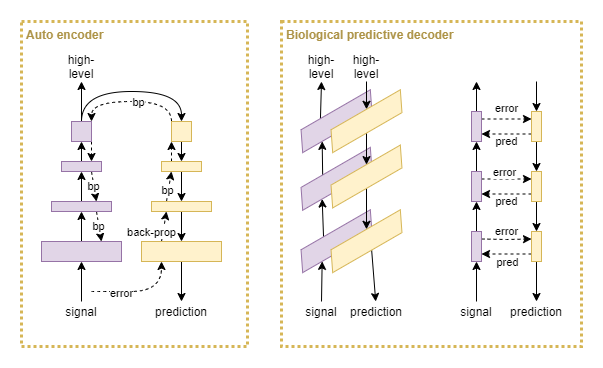
This is files/Cooperative-competitive-systems-autodecoder-vs-biology.png from malcolmlett/malcolmlett.github.io, a draw.io export, as it was before one commit. Source tidied: cells renumbered, new cells last; positions are measured from the earlier drawing's top-left corner, leaving out a move shared by most shapes. Source of this version:
```xml
<mxGraphModel>
  <root>
    <mxCell id="0" />
    <mxCell id="1" parent="0" />
    <mxCell id="2" value="Biological predictive decoder" style="rounded=0;whiteSpace=wrap;html=1;strokeColor=#d6b656;fillColor=none;dashed=1;strokeWidth=3;fontStyle=1;verticalAlign=top;align=left;spacing=2;spacingLeft=3;fontColor=#AD9346;dashPattern=1 1;perimeterSpacing=0;" parent="1" vertex="1">
      <mxGeometry x="260" width="300" height="325" as="geometry" />
    </mxCell>
    <mxCell id="3" value="Auto encoder" style="rounded=0;whiteSpace=wrap;html=1;strokeColor=#d6b656;fillColor=none;dashed=1;strokeWidth=3;fontStyle=1;verticalAlign=top;align=left;spacing=2;spacingLeft=3;fontColor=#AD9346;dashPattern=1 1;perimeterSpacing=0;" parent="1" vertex="1">
      <mxGeometry width="226" height="325" as="geometry" />
    </mxCell>
    <mxCell id="4" style="edgeStyle=orthogonalEdgeStyle;rounded=0;jettySize=auto;html=1;entryX=0.5;entryY=1;entryDx=0;entryDy=0;exitX=0.5;exitY=0;exitDx=0;exitDy=0;" parent="1" edge="1" source="8" target="15">
      <mxGeometry relative="1" as="geometry" />
    </mxCell>
    <mxCell id="5" style="edgeStyle=orthogonalEdgeStyle;curved=1;rounded=0;jettySize=auto;html=1;" parent="1" edge="1" target="8">
      <mxGeometry relative="1" as="geometry">
        <mxPoint x="60" y="280" as="sourcePoint" />
      </mxGeometry>
    </mxCell>
    <mxCell id="6" style="edgeStyle=orthogonalEdgeStyle;curved=1;rounded=0;jettySize=auto;html=1;entryX=0.25;entryY=1;entryDx=0;entryDy=0;dashed=1;" parent="1" edge="1" target="12">
      <mxGeometry relative="1" as="geometry">
        <mxPoint x="70" y="270" as="sourcePoint" />
        <Array as="points">
          <mxPoint x="78" y="270" />
          <mxPoint x="140" y="270" />
        </Array>
      </mxGeometry>
    </mxCell>
    <mxCell id="7" value="error" style="edgeLabel;html=1;align=center;verticalAlign=middle;" parent="6" vertex="1">
      <mxGeometry x="-0.09" y="-1" relative="1" as="geometry">
        <mxPoint x="-15.6" as="offset" />
      </mxGeometry>
    </mxCell>
    <mxCell id="8" style="rounded=0;whiteSpace=wrap;html=1;fillColor=#e1d5e7;strokeColor=#9673a6;" parent="1" vertex="1">
      <mxGeometry x="20" y="220" width="80" height="20" as="geometry" />
    </mxCell>
    <mxCell id="9" style="edgeStyle=orthogonalEdgeStyle;curved=1;rounded=0;jettySize=auto;html=1;" parent="1" edge="1" source="12">
      <mxGeometry relative="1" as="geometry">
        <mxPoint x="160" y="280" as="targetPoint" />
      </mxGeometry>
    </mxCell>
    <mxCell id="10" style="rounded=0;jettySize=auto;html=1;entryX=0.25;entryY=1;entryDx=0;entryDy=0;dashed=1;exitX=0.25;exitY=0;exitDx=0;exitDy=0;" parent="1" edge="1" source="12" target="19">
      <mxGeometry relative="1" as="geometry" />
    </mxCell>
    <mxCell id="11" value="back-prop" style="edgeLabel;html=1;align=center;verticalAlign=middle;" parent="10" vertex="1">
      <mxGeometry x="-0.52" y="1" relative="1" as="geometry">
        <mxPoint x="-10.2" y="-2.7" as="offset" />
      </mxGeometry>
    </mxCell>
    <mxCell id="12" style="rounded=0;whiteSpace=wrap;html=1;fillColor=#fff2cc;strokeColor=#d6b656;" parent="1" vertex="1">
      <mxGeometry x="120" y="220" width="80" height="20" as="geometry" />
    </mxCell>
    <mxCell id="13" style="rounded=0;jettySize=auto;html=1;entryX=0.5;entryY=1;entryDx=0;entryDy=0;exitX=0.5;exitY=0;exitDx=0;exitDy=0;" parent="1" edge="1" source="15" target="22">
      <mxGeometry relative="1" as="geometry" />
    </mxCell>
    <mxCell id="14" value="bp" style="edgeStyle=none;rounded=0;jettySize=auto;html=1;entryX=0.75;entryY=0;entryDx=0;entryDy=0;dashed=1;exitX=0.75;exitY=1;exitDx=0;exitDy=0;" parent="1" edge="1" source="15" target="8">
      <mxGeometry relative="1" as="geometry" />
    </mxCell>
    <mxCell id="15" style="rounded=0;whiteSpace=wrap;html=1;fillColor=#e1d5e7;strokeColor=#9673a6;" parent="1" vertex="1">
      <mxGeometry x="30" y="180" width="60" height="10" as="geometry" />
    </mxCell>
    <mxCell id="16" style="edgeStyle=none;rounded=0;jettySize=auto;html=1;entryX=0.5;entryY=0;entryDx=0;entryDy=0;" parent="1" edge="1" source="19" target="12">
      <mxGeometry relative="1" as="geometry" />
    </mxCell>
    <mxCell id="17" style="edgeStyle=none;rounded=0;jettySize=auto;html=1;entryX=0.25;entryY=1;entryDx=0;entryDy=0;dashed=1;exitX=0.25;exitY=0;exitDx=0;exitDy=0;" parent="1" edge="1" source="19" target="25">
      <mxGeometry relative="1" as="geometry" />
    </mxCell>
    <mxCell id="18" value="bp" style="edgeLabel;html=1;align=center;verticalAlign=middle;" parent="17" vertex="1">
      <mxGeometry x="-0.29" y="1" relative="1" as="geometry" />
    </mxCell>
    <mxCell id="19" style="rounded=0;whiteSpace=wrap;html=1;fillColor=#fff2cc;strokeColor=#d6b656;" parent="1" vertex="1">
      <mxGeometry x="130" y="180" width="60" height="10" as="geometry" />
    </mxCell>
    <mxCell id="20" style="edgeStyle=none;rounded=0;jettySize=auto;html=1;entryX=0.5;entryY=1;entryDx=0;entryDy=0;" parent="1" edge="1" source="22" target="29">
      <mxGeometry relative="1" as="geometry" />
    </mxCell>
    <mxCell id="21" value="bp" style="edgeStyle=none;rounded=0;jettySize=auto;html=1;entryX=0.75;entryY=0;entryDx=0;entryDy=0;dashed=1;exitX=0.75;exitY=1;exitDx=0;exitDy=0;" parent="1" edge="1" source="22" target="15">
      <mxGeometry relative="1" as="geometry" />
    </mxCell>
    <mxCell id="22" style="rounded=0;whiteSpace=wrap;html=1;fillColor=#e1d5e7;strokeColor=#9673a6;" parent="1" vertex="1">
      <mxGeometry x="40" y="140" width="40" height="10" as="geometry" />
    </mxCell>
    <mxCell id="23" style="edgeStyle=none;rounded=0;jettySize=auto;html=1;entryX=0.5;entryY=0;entryDx=0;entryDy=0;" parent="1" edge="1" source="25" target="19">
      <mxGeometry relative="1" as="geometry" />
    </mxCell>
    <mxCell id="24" style="edgeStyle=none;rounded=0;jettySize=auto;html=1;entryX=0;entryY=1;entryDx=0;entryDy=0;dashed=1;exitX=0.25;exitY=0;exitDx=0;exitDy=0;" parent="1" edge="1" source="25" target="33">
      <mxGeometry relative="1" as="geometry" />
    </mxCell>
    <mxCell id="25" style="rounded=0;whiteSpace=wrap;html=1;fillColor=#fff2cc;strokeColor=#d6b656;" parent="1" vertex="1">
      <mxGeometry x="140" y="140" width="40" height="10" as="geometry" />
    </mxCell>
    <mxCell id="26" style="edgeStyle=orthogonalEdgeStyle;rounded=0;jettySize=auto;html=1;entryX=0.5;entryY=0;entryDx=0;entryDy=0;exitX=0.5;exitY=0;exitDx=0;exitDy=0;curved=1;" parent="1" edge="1" source="29" target="33">
      <mxGeometry relative="1" as="geometry">
        <Array as="points">
          <mxPoint x="60" y="70" />
          <mxPoint x="160" y="70" />
        </Array>
      </mxGeometry>
    </mxCell>
    <mxCell id="27" style="rounded=0;jettySize=auto;html=1;entryX=0.75;entryY=0;entryDx=0;entryDy=0;dashed=1;exitX=1;exitY=1;exitDx=0;exitDy=0;" parent="1" edge="1" source="29" target="22">
      <mxGeometry relative="1" as="geometry" />
    </mxCell>
    <mxCell id="28" style="edgeStyle=none;rounded=0;jettySize=auto;html=1;" parent="1" edge="1" source="29">
      <mxGeometry relative="1" as="geometry">
        <mxPoint x="60" y="60" as="targetPoint" />
      </mxGeometry>
    </mxCell>
    <mxCell id="29" style="rounded=0;whiteSpace=wrap;html=1;fillColor=#e1d5e7;strokeColor=#9673a6;" parent="1" vertex="1">
      <mxGeometry x="50" y="100" width="20" height="20" as="geometry" />
    </mxCell>
    <mxCell id="30" style="edgeStyle=none;rounded=0;jettySize=auto;html=1;entryX=0.5;entryY=0;entryDx=0;entryDy=0;" parent="1" edge="1" source="33" target="25">
      <mxGeometry relative="1" as="geometry" />
    </mxCell>
    <mxCell id="31" style="edgeStyle=orthogonalEdgeStyle;rounded=0;jettySize=auto;html=1;entryX=1;entryY=0;entryDx=0;entryDy=0;dashed=1;exitX=0;exitY=0;exitDx=0;exitDy=0;curved=1;" parent="1" edge="1" source="33" target="29">
      <mxGeometry relative="1" as="geometry" />
    </mxCell>
    <mxCell id="32" value="bp" style="edgeLabel;html=1;align=center;verticalAlign=middle;" parent="31" vertex="1">
      <mxGeometry x="-0.1" relative="1" as="geometry" />
    </mxCell>
    <mxCell id="33" style="rounded=0;whiteSpace=wrap;html=1;fillColor=#fff2cc;strokeColor=#d6b656;" parent="1" vertex="1">
      <mxGeometry x="150" y="100" width="20" height="20" as="geometry" />
    </mxCell>
    <mxCell id="34" value="signal" style="text;html=1;strokeColor=none;fillColor=none;align=center;verticalAlign=middle;whiteSpace=wrap;rounded=0;" parent="1" vertex="1">
      <mxGeometry x="40" y="280" width="40" height="20" as="geometry" />
    </mxCell>
    <mxCell id="35" value="prediction" style="text;html=1;strokeColor=none;fillColor=none;align=center;verticalAlign=middle;whiteSpace=wrap;rounded=0;" parent="1" vertex="1">
      <mxGeometry x="140" y="280" width="40" height="20" as="geometry" />
    </mxCell>
    <mxCell id="36" style="edgeStyle=none;rounded=0;jettySize=auto;html=1;entryX=0.5;entryY=1;entryDx=0;entryDy=0;" parent="1" edge="1" source="39" target="47">
      <mxGeometry relative="1" as="geometry" />
    </mxCell>
    <mxCell id="37" style="edgeStyle=none;rounded=0;jettySize=auto;html=1;" parent="1" edge="1" target="39">
      <mxGeometry relative="1" as="geometry">
        <mxPoint x="455" y="280" as="sourcePoint" />
      </mxGeometry>
    </mxCell>
    <mxCell id="38" value="error" style="edgeStyle=none;rounded=0;jettySize=auto;html=1;entryX=0;entryY=0.25;entryDx=0;entryDy=0;exitX=1;exitY=0.25;exitDx=0;exitDy=0;dashed=1;" parent="1" edge="1" source="39" target="43">
      <mxGeometry x="0.01" y="8" relative="1" as="geometry">
        <Array as="points">
          <mxPoint x="485" y="218" />
        </Array>
      </mxGeometry>
    </mxCell>
    <mxCell id="39" style="rounded=0;whiteSpace=wrap;html=1;fillColor=#e1d5e7;strokeColor=#9673a6;" parent="1" vertex="1">
      <mxGeometry x="450" y="210" width="10" height="30" as="geometry" />
    </mxCell>
    <mxCell id="40" style="edgeStyle=none;rounded=0;jettySize=auto;html=1;" parent="1" edge="1" source="43">
      <mxGeometry relative="1" as="geometry">
        <mxPoint x="515" y="280" as="targetPoint" />
      </mxGeometry>
    </mxCell>
    <mxCell id="41" style="edgeStyle=none;rounded=0;jettySize=auto;html=1;entryX=1;entryY=0.75;entryDx=0;entryDy=0;exitX=0;exitY=0.75;exitDx=0;exitDy=0;dashed=1;" parent="1" edge="1" source="43" target="39">
      <mxGeometry relative="1" as="geometry" />
    </mxCell>
    <mxCell id="42" value="pred" style="edgeLabel;html=1;align=center;verticalAlign=middle;" parent="41" vertex="1">
      <mxGeometry x="0.08" relative="1" as="geometry">
        <mxPoint x="2.2" y="7.5" as="offset" />
      </mxGeometry>
    </mxCell>
    <mxCell id="43" style="rounded=0;whiteSpace=wrap;html=1;fillColor=#fff2cc;strokeColor=#d6b656;" parent="1" vertex="1">
      <mxGeometry x="510" y="210" width="10" height="30" as="geometry" />
    </mxCell>
    <mxCell id="44" style="edgeStyle=none;rounded=0;jettySize=auto;html=1;entryX=0.5;entryY=1;entryDx=0;entryDy=0;" parent="1" edge="1" source="47" target="53">
      <mxGeometry relative="1" as="geometry" />
    </mxCell>
    <mxCell id="45" style="edgeStyle=none;rounded=0;jettySize=auto;html=1;entryX=0;entryY=0.25;entryDx=0;entryDy=0;exitX=1;exitY=0.25;exitDx=0;exitDy=0;dashed=1;" parent="1" edge="1" source="47" target="50">
      <mxGeometry relative="1" as="geometry" />
    </mxCell>
    <mxCell id="46" value="error" style="edgeLabel;html=1;align=center;verticalAlign=middle;" parent="45" vertex="1">
      <mxGeometry x="-0.08" y="1" relative="1" as="geometry">
        <mxPoint x="-0.4" y="-6.5" as="offset" />
      </mxGeometry>
    </mxCell>
    <mxCell id="47" style="rounded=0;whiteSpace=wrap;html=1;fillColor=#e1d5e7;strokeColor=#9673a6;" parent="1" vertex="1">
      <mxGeometry x="450" y="150" width="10" height="30" as="geometry" />
    </mxCell>
    <mxCell id="48" style="edgeStyle=none;rounded=0;jettySize=auto;html=1;entryX=0.5;entryY=0;entryDx=0;entryDy=0;" parent="1" edge="1" source="50" target="43">
      <mxGeometry relative="1" as="geometry" />
    </mxCell>
    <mxCell id="49" value="pred" style="edgeStyle=none;rounded=0;jettySize=auto;html=1;entryX=1;entryY=0.75;entryDx=0;entryDy=0;exitX=0;exitY=0.75;exitDx=0;exitDy=0;dashed=1;" parent="1" edge="1" source="50" target="47">
      <mxGeometry y="7" relative="1" as="geometry" />
    </mxCell>
    <mxCell id="50" style="rounded=0;whiteSpace=wrap;html=1;fillColor=#fff2cc;strokeColor=#d6b656;" parent="1" vertex="1">
      <mxGeometry x="510" y="150" width="10" height="30" as="geometry" />
    </mxCell>
    <mxCell id="51" value="error" style="edgeStyle=none;rounded=0;jettySize=auto;html=1;entryX=0;entryY=0.25;entryDx=0;entryDy=0;exitX=1;exitY=0.25;exitDx=0;exitDy=0;dashed=1;" parent="1" edge="1" source="53" target="57">
      <mxGeometry y="11" relative="1" as="geometry" />
    </mxCell>
    <mxCell id="52" style="edgeStyle=none;rounded=0;jettySize=auto;html=1;" parent="1" edge="1" source="53">
      <mxGeometry relative="1" as="geometry">
        <mxPoint x="455" y="60" as="targetPoint" />
      </mxGeometry>
    </mxCell>
    <mxCell id="53" style="rounded=0;whiteSpace=wrap;html=1;fillColor=#e1d5e7;strokeColor=#9673a6;" parent="1" vertex="1">
      <mxGeometry x="450" y="90" width="10" height="30" as="geometry" />
    </mxCell>
    <mxCell id="54" style="edgeStyle=none;rounded=0;jettySize=auto;html=1;" parent="1" edge="1" source="57" target="50">
      <mxGeometry relative="1" as="geometry" />
    </mxCell>
    <mxCell id="55" value="pred" style="edgeStyle=none;rounded=0;jettySize=auto;html=1;entryX=1;entryY=0.75;entryDx=0;entryDy=0;exitX=0;exitY=0.75;exitDx=0;exitDy=0;dashed=1;" parent="1" edge="1" source="57" target="53">
      <mxGeometry y="7" relative="1" as="geometry" />
    </mxCell>
    <mxCell id="56" style="edgeStyle=none;rounded=0;jettySize=auto;html=1;" parent="1" edge="1" target="57">
      <mxGeometry relative="1" as="geometry">
        <mxPoint x="515" y="60" as="sourcePoint" />
      </mxGeometry>
    </mxCell>
    <mxCell id="57" style="rounded=0;whiteSpace=wrap;html=1;fillColor=#fff2cc;strokeColor=#d6b656;" parent="1" vertex="1">
      <mxGeometry x="510" y="90" width="10" height="30" as="geometry" />
    </mxCell>
    <mxCell id="58" value="prediction" style="text;html=1;strokeColor=none;fillColor=none;align=center;verticalAlign=middle;whiteSpace=wrap;rounded=0;" parent="1" vertex="1">
      <mxGeometry x="495" y="280" width="40" height="20" as="geometry" />
    </mxCell>
    <mxCell id="59" value="signal" style="text;html=1;strokeColor=none;fillColor=none;align=center;verticalAlign=middle;whiteSpace=wrap;rounded=0;" parent="1" vertex="1">
      <mxGeometry x="435" y="280" width="40" height="20" as="geometry" />
    </mxCell>
    <mxCell id="60" value="high-level" style="text;html=1;strokeColor=none;fillColor=none;align=center;verticalAlign=middle;whiteSpace=wrap;rounded=0;" parent="1" vertex="1">
      <mxGeometry x="40" y="30" width="40" height="30" as="geometry" />
    </mxCell>
    <mxCell id="61" value="high-level" style="text;html=1;strokeColor=none;fillColor=none;align=center;verticalAlign=middle;whiteSpace=wrap;rounded=0;" parent="1" vertex="1">
      <mxGeometry x="280" y="30" width="40" height="30" as="geometry" />
    </mxCell>
    <mxCell id="62" value="high-level" style="text;html=1;strokeColor=none;fillColor=none;align=center;verticalAlign=middle;whiteSpace=wrap;rounded=0;" parent="1" vertex="1">
      <mxGeometry x="325" y="30" width="40" height="30" as="geometry" />
    </mxCell>
    <mxCell id="63" style="edgeStyle=none;rounded=0;jettySize=auto;html=1;exitX=0.5;exitY=0;exitDx=0;exitDy=0;entryX=0.25;entryY=1;entryDx=0;entryDy=0;" parent="1" edge="1" source="77" target="65">
      <mxGeometry relative="1" as="geometry" />
    </mxCell>
    <mxCell id="64" style="edgeStyle=none;rounded=0;jettySize=auto;html=1;entryX=0.25;entryY=1;entryDx=0;entryDy=0;exitX=0.396;exitY=0.031;exitDx=0;exitDy=0;exitPerimeter=0;" parent="1" edge="1" source="65" target="69">
      <mxGeometry relative="1" as="geometry" />
    </mxCell>
    <mxCell id="65" style="shape=parallelogram;perimeter=parallelogramPerimeter;whiteSpace=wrap;html=1;fixedSize=1;size=10;rotation=-30;fillColor=#e1d5e7;strokeColor=#9673a6;" parent="1" vertex="1">
      <mxGeometry x="270" y="209.4" width="90" height="20.6" as="geometry" />
    </mxCell>
    <mxCell id="66" style="edgeStyle=none;rounded=0;jettySize=auto;html=1;exitX=0.5;exitY=1;exitDx=0;exitDy=0;" parent="1" edge="1" source="67" target="78">
      <mxGeometry relative="1" as="geometry" />
    </mxCell>
    <mxCell id="67" style="shape=parallelogram;perimeter=parallelogramPerimeter;whiteSpace=wrap;html=1;fixedSize=1;size=10;rotation=-30;fillColor=#fff2cc;strokeColor=#d6b656;" parent="1" vertex="1">
      <mxGeometry x="300" y="209.4" width="90" height="20.6" as="geometry" />
    </mxCell>
    <mxCell id="68" style="edgeStyle=none;rounded=0;jettySize=auto;html=1;entryX=0.25;entryY=1;entryDx=0;entryDy=0;exitX=0.384;exitY=0.036;exitDx=0;exitDy=0;exitPerimeter=0;" parent="1" edge="1" source="69" target="73">
      <mxGeometry relative="1" as="geometry" />
    </mxCell>
    <mxCell id="69" style="shape=parallelogram;perimeter=parallelogramPerimeter;whiteSpace=wrap;html=1;fixedSize=1;size=10;rotation=-30;fillColor=#e1d5e7;strokeColor=#9673a6;" parent="1" vertex="1">
      <mxGeometry x="270" y="147" width="90" height="20.6" as="geometry" />
    </mxCell>
    <mxCell id="70" style="edgeStyle=none;rounded=0;jettySize=auto;html=1;" parent="1" edge="1" source="71" target="67">
      <mxGeometry relative="1" as="geometry" />
    </mxCell>
    <mxCell id="71" style="shape=parallelogram;perimeter=parallelogramPerimeter;whiteSpace=wrap;html=1;fixedSize=1;size=10;rotation=-30;fillColor=#fff2cc;strokeColor=#d6b656;" parent="1" vertex="1">
      <mxGeometry x="300" y="144.7" width="90" height="20.6" as="geometry" />
    </mxCell>
    <mxCell id="72" style="edgeStyle=none;rounded=0;jettySize=auto;html=1;exitX=0.349;exitY=0.079;exitDx=0;exitDy=0;exitPerimeter=0;" parent="1" edge="1" source="73">
      <mxGeometry relative="1" as="geometry">
        <mxPoint x="300" y="60" as="targetPoint" />
      </mxGeometry>
    </mxCell>
    <mxCell id="73" style="shape=parallelogram;perimeter=parallelogramPerimeter;whiteSpace=wrap;html=1;fixedSize=1;size=10;rotation=-30;fillColor=#e1d5e7;strokeColor=#9673a6;" parent="1" vertex="1">
      <mxGeometry x="270" y="89.4" width="90" height="20.6" as="geometry" />
    </mxCell>
    <mxCell id="74" style="edgeStyle=none;rounded=0;jettySize=auto;html=1;" parent="1" edge="1" source="76" target="71">
      <mxGeometry relative="1" as="geometry" />
    </mxCell>
    <mxCell id="75" style="edgeStyle=none;rounded=0;jettySize=auto;html=1;" parent="1" edge="1" target="76">
      <mxGeometry relative="1" as="geometry">
        <mxPoint x="345" y="60" as="sourcePoint" />
      </mxGeometry>
    </mxCell>
    <mxCell id="76" style="shape=parallelogram;perimeter=parallelogramPerimeter;whiteSpace=wrap;html=1;fixedSize=1;size=10;rotation=-30;fillColor=#fff2cc;strokeColor=#d6b656;" parent="1" vertex="1">
      <mxGeometry x="300" y="89.4" width="90" height="20.6" as="geometry" />
    </mxCell>
    <mxCell id="77" value="signal" style="text;html=1;strokeColor=none;fillColor=none;align=center;verticalAlign=middle;whiteSpace=wrap;rounded=0;" parent="1" vertex="1">
      <mxGeometry x="280" y="280" width="40" height="20" as="geometry" />
    </mxCell>
    <mxCell id="78" value="prediction" style="text;html=1;strokeColor=none;fillColor=none;align=center;verticalAlign=middle;whiteSpace=wrap;rounded=0;" parent="1" vertex="1">
      <mxGeometry x="335" y="280" width="40" height="20" as="geometry" />
    </mxCell>
  </root>
</mxGraphModel>
```
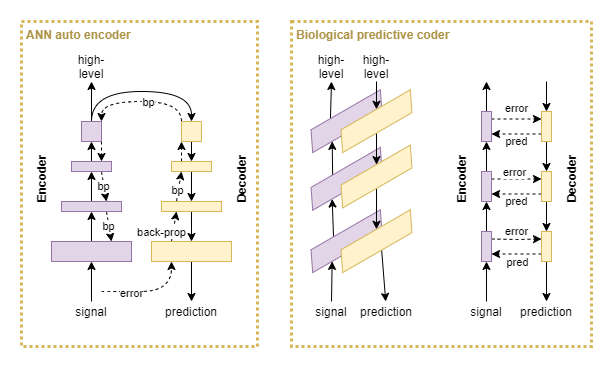
The same diagram one commit later.

Diff of the diagram source:
```diff
@@ -2,11 +2,11 @@
   <root>
     <mxCell id="0" />
     <mxCell id="1" parent="0" />
-    <mxCell id="2" value="Biological predictive decoder" style="rounded=0;whiteSpace=wrap;html=1;strokeColor=#d6b656;fillColor=none;dashed=1;strokeWidth=3;fontStyle=1;verticalAlign=top;align=left;spacing=2;spacingLeft=3;fontColor=#AD9346;dashPattern=1 1;perimeterSpacing=0;" parent="1" vertex="1">
+    <mxCell id="2" value="Biological predictive coder" style="rounded=0;whiteSpace=wrap;html=1;strokeColor=#d6b656;fillColor=none;dashed=1;strokeWidth=3;fontStyle=1;verticalAlign=top;align=left;spacing=2;spacingLeft=3;fontColor=#AD9346;dashPattern=1 1;perimeterSpacing=0;" parent="1" vertex="1">
       <mxGeometry x="260" width="300" height="325" as="geometry" />
     </mxCell>
-    <mxCell id="3" value="Auto encoder" style="rounded=0;whiteSpace=wrap;html=1;strokeColor=#d6b656;fillColor=none;dashed=1;strokeWidth=3;fontStyle=1;verticalAlign=top;align=left;spacing=2;spacingLeft=3;fontColor=#AD9346;dashPattern=1 1;perimeterSpacing=0;" parent="1" vertex="1">
-      <mxGeometry width="226" height="325" as="geometry" />
+    <mxCell id="3" value="ANN auto encoder" style="rounded=0;whiteSpace=wrap;html=1;strokeColor=#d6b656;fillColor=none;dashed=1;strokeWidth=3;fontStyle=1;verticalAlign=top;align=left;spacing=2;spacingLeft=3;fontColor=#AD9346;dashPattern=1 1;perimeterSpacing=0;" parent="1" vertex="1">
+      <mxGeometry x="-10" width="236" height="325" as="geometry" />
     </mxCell>
     <mxCell id="4" style="edgeStyle=orthogonalEdgeStyle;rounded=0;jettySize=auto;html=1;entryX=0.5;entryY=1;entryDx=0;entryDy=0;exitX=0.5;exitY=0;exitDx=0;exitDy=0;" parent="1" edge="1" source="8" target="15">
       <mxGeometry relative="1" as="geometry" />
@@ -274,5 +274,17 @@
     <mxCell id="78" value="prediction" style="text;html=1;strokeColor=none;fillColor=none;align=center;verticalAlign=middle;whiteSpace=wrap;rounded=0;" parent="1" vertex="1">
       <mxGeometry x="335" y="280" width="40" height="20" as="geometry" />
     </mxCell>
+    <mxCell id="79" value="Encoder" style="text;html=1;strokeColor=none;fillColor=none;align=center;verticalAlign=middle;whiteSpace=wrap;rounded=0;horizontal=0;fontStyle=1;" parent="1" vertex="1">
+      <mxGeometry y="87.3" width="20" height="140" as="geometry" />
+    </mxCell>
+    <mxCell id="80" value="Decoder" style="text;html=1;strokeColor=none;fillColor=none;align=center;verticalAlign=middle;whiteSpace=wrap;rounded=0;horizontal=0;fontStyle=1;" parent="1" vertex="1">
+      <mxGeometry x="200" y="87.3" width="20" height="140" as="geometry" />
+    </mxCell>
+    <mxCell id="81" value="Decoder" style="text;html=1;strokeColor=none;fillColor=none;align=center;verticalAlign=middle;whiteSpace=wrap;rounded=0;horizontal=0;fontStyle=1;" parent="1" vertex="1">
+      <mxGeometry x="530" y="87.3" width="20" height="140" as="geometry" />
+    </mxCell>
+    <mxCell id="82" value="Encoder" style="text;html=1;strokeColor=none;fillColor=none;align=center;verticalAlign=middle;whiteSpace=wrap;rounded=0;horizontal=0;fontStyle=1;" parent="1" vertex="1">
+      <mxGeometry x="420" y="87.3" width="20" height="140" as="geometry" />
+    </mxCell>
   </root>
 </mxGraphModel>
```
